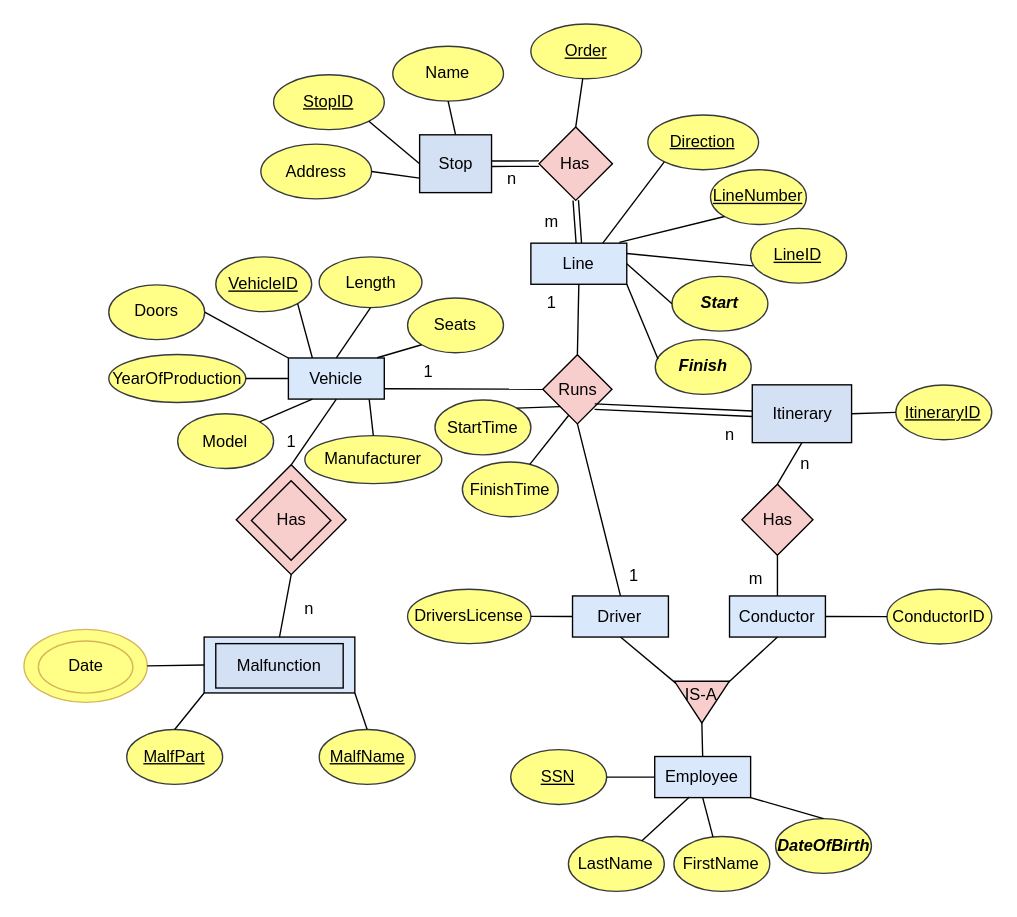
Above: Untitled Diagram.drawio in kotsos2000/kotsos2000 (draw.io), before the change. Source tidied: cells renumbered, new cells numbered last; positions are measured from the earlier drawing's top-left corner, leaving out a move shared by most shapes. Both pictures are drawn from the tidied source at 137%, with x=0, y=0 at pixel (23, 23).
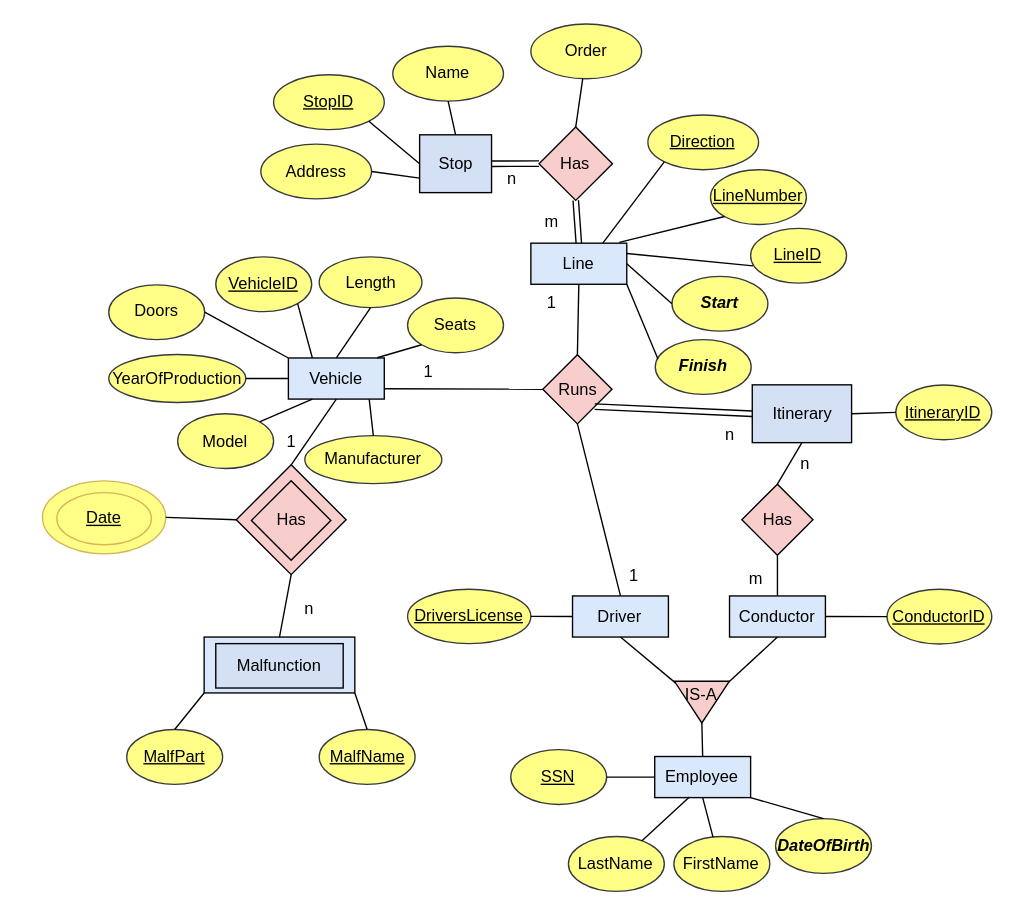
The same diagram, later.

The change refers to these unchanged cells:
```xml
<mxCell id="2" style="whiteSpace=wrap;html=1;fillColor=#f8cecc;rotation=45;strokeColor=default;" parent="1" vertex="1">
  <mxGeometry x="166.7" y="333.5" width="56.7" height="56.7" as="geometry" />
</mxCell>
<mxCell id="3" style="rounded=0;whiteSpace=wrap;html=1;fillColor=#dae8fc;strokeColor=default;" parent="1" vertex="1">
  <mxGeometry x="131.5" y="447.5" width="110" height="40.8" as="geometry" />
</mxCell>
<mxCell id="14" style="whiteSpace=wrap;html=1;fillColor=#f8cecc;rotation=45;strokeColor=default;" parent="1" vertex="1">
  <mxGeometry x="386.1" y="248.8" width="35.7" height="35.7" as="geometry" />
</mxCell>
```

Change to the diagram source:
```diff
@@
     <mxCell id="4" style="ellipse;whiteSpace=wrap;html=1;fillColor=#FFFF88;strokeColor=#d6b656;" parent="1" vertex="1">
-      <mxGeometry y="441.9" width="90" height="53.3" as="geometry" />
+      <mxGeometry x="13.5" y="333.5" width="90" height="53.3" as="geometry" />
     </mxCell>
@@
-    <mxCell id="51" value="Date" style="ellipse;whiteSpace=wrap;html=1;fillColor=#FFFF88;strokeColor=#d6b656;" parent="1" vertex="1">
-      <mxGeometry x="10.5" y="450.4" width="69" height="38" as="geometry" />
+    <mxCell id="51" value="&lt;u&gt;Date&lt;/u&gt;" style="ellipse;whiteSpace=wrap;html=1;fillColor=#FFFF88;strokeColor=#d6b656;" parent="1" vertex="1">
+      <mxGeometry x="24" y="342.1" width="69" height="38" as="geometry" />
     </mxCell>
@@
-    <mxCell id="56" value="StartTime" style="ellipse;whiteSpace=wrap;html=1;fillColor=#ffff88;strokeColor=#36393d;" parent="1" vertex="1">
-      <mxGeometry x="300" y="274.5" width="70" height="40" as="geometry" />
-    </mxCell>
-    <mxCell id="57" value="FinishTime" style="ellipse;whiteSpace=wrap;html=1;fillColor=#ffff88;strokeColor=#36393d;" parent="1" vertex="1">
-      <mxGeometry x="320" y="319.7" width="70" height="40" as="geometry" />
-    </mxCell>
-    <mxCell id="58" style="endArrow=none;html=1;rounded=0;exitX=0.5;exitY=1;exitDx=0;exitDy=0;entryX=1;entryY=0;entryDx=0;entryDy=0;" parent="1" edge="1" source="14" target="56">
-      <mxGeometry relative="1" as="geometry" />
-    </mxCell>
-    <mxCell id="59" style="endArrow=none;html=1;rounded=0;exitX=0.75;exitY=1;exitDx=0;exitDy=0;" parent="1" edge="1" source="14" target="57">
-      <mxGeometry relative="1" as="geometry" />
-    </mxCell>
-    <mxCell id="60" value="&lt;u&gt;Order&lt;/u&gt;" style="ellipse;whiteSpace=wrap;html=1;fillColor=#ffff88;strokeColor=#36393d;" parent="1" vertex="1">
+    <mxCell id="60" value="Order" style="ellipse;whiteSpace=wrap;html=1;fillColor=#ffff88;strokeColor=#36393d;" parent="1" vertex="1">
       <mxGeometry x="370" width="80.8" height="40" as="geometry" />
     </mxCell>
@@
-    <mxCell id="87" value="DriversLicense" style="ellipse;whiteSpace=wrap;html=1;fillColor=#ffff88;strokeColor=#36393d;" parent="1" vertex="1">
+    <mxCell id="87" value="&lt;u&gt;DriversLicense&lt;/u&gt;" style="ellipse;whiteSpace=wrap;html=1;fillColor=#ffff88;strokeColor=#36393d;" parent="1" vertex="1">
       <mxGeometry x="280" y="412.6" width="90" height="39.7" as="geometry" />
     </mxCell>
@@
-    <mxCell id="89" value="ConductorID" style="ellipse;whiteSpace=wrap;html=1;fillColor=#ffff88;strokeColor=#36393d;" parent="1" vertex="1">
+    <mxCell id="89" value="&lt;u&gt;ConductorID&lt;/u&gt;" style="ellipse;whiteSpace=wrap;html=1;fillColor=#ffff88;strokeColor=#36393d;" parent="1" vertex="1">
       <mxGeometry x="630" y="412.6" width="76.4" height="40" as="geometry" />
     </mxCell>
@@
-    <mxCell id="100" style="endArrow=none;html=1;rounded=0;exitX=1;exitY=0.5;exitDx=0;exitDy=0;entryX=0;entryY=0.5;entryDx=0;entryDy=0;" parent="1" edge="1" source="4" target="3">
+    <mxCell id="100" style="endArrow=none;html=1;rounded=0;exitX=1;exitY=0.5;exitDx=0;exitDy=0;entryX=0;entryY=1;entryDx=0;entryDy=0;" parent="1" edge="1" source="4" target="2">
       <mxGeometry relative="1" as="geometry" />
     </mxCell>
```
